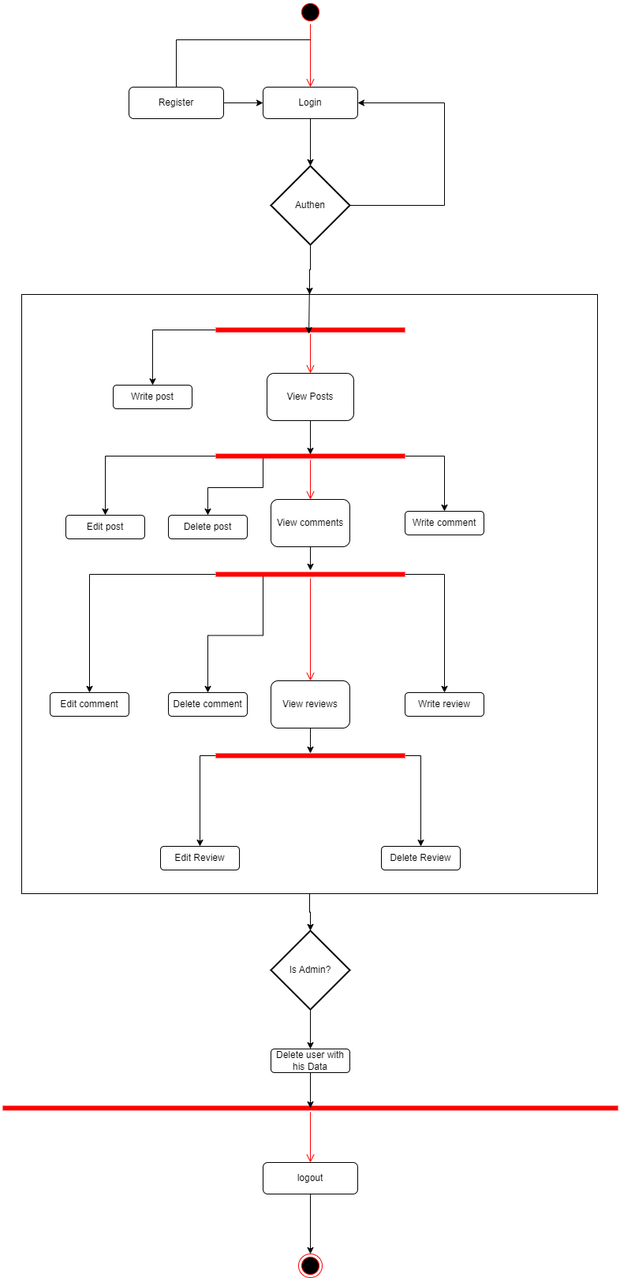
The draw.io diagram Activity Diagram.drawio.png in HebaAli48/Node.jsSocialMediaProject, before a commit. Source tidied: cells renumbered, new cells last; positions are measured from the earlier drawing's top-left corner, leaving out a move shared by most shapes.
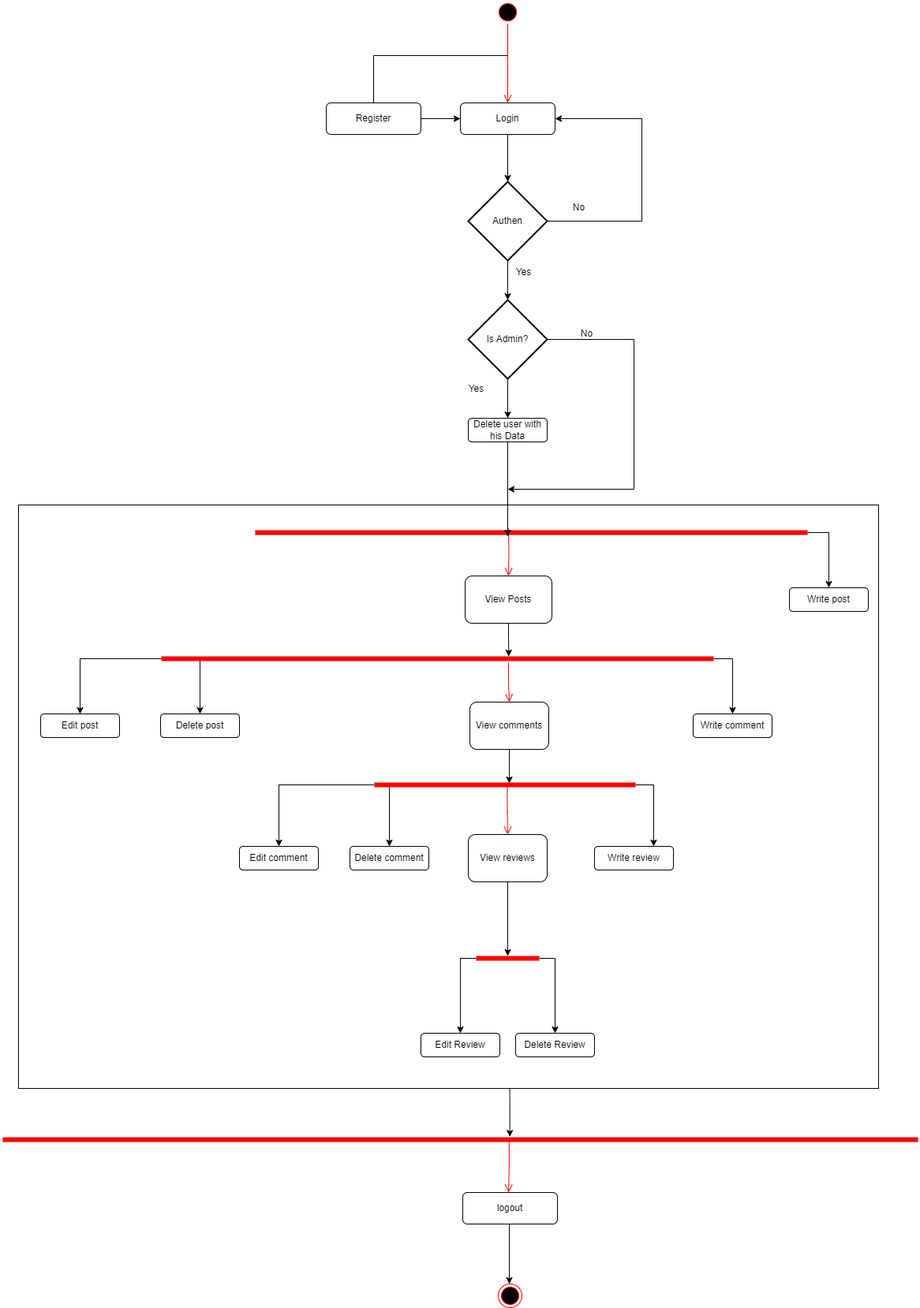
The same file after the commit.

What changed in the source:
```diff
@@ -2,14 +2,11 @@
   <root>
     <mxCell id="0" />
     <mxCell id="1" parent="0" />
-    <mxCell id="2" style="edgeStyle=orthogonalEdgeStyle;rounded=0;jettySize=auto;html=1;exitX=0.5;exitY=1;exitDx=0;exitDy=0;" parent="1" edge="1" source="3" target="47">
-      <mxGeometry relative="1" as="geometry" />
-    </mxCell>
-    <mxCell id="3" style="rounded=0;whiteSpace=wrap;html=1;fillColor=none;" parent="1" vertex="1">
-      <mxGeometry x="24" y="373" width="730" height="760" as="geometry" />
-    </mxCell>
+    <mxCell id="55" style="rounded=0;whiteSpace=wrap;html=1;" parent="1" vertex="1">
+      <mxGeometry x="-230" y="620" width="1090" height="740" as="geometry" />
+    </mxCell>
     <mxCell id="4" style="ellipse;html=1;shape=startState;fillColor=#000000;strokeColor=#ff0000;" parent="1" vertex="1">
-      <mxGeometry x="375" width="30" height="30" as="geometry" />
+      <mxGeometry x="375" y="-20" width="30" height="30" as="geometry" />
     </mxCell>
     <mxCell id="5" style="edgeStyle=orthogonalEdgeStyle;html=1;verticalAlign=bottom;endArrow=open;endSize=8;strokeColor=#ff0000;rounded=0;entryX=0.5;entryY=0;entryDx=0;entryDy=0;" parent="1" edge="1" source="4" target="6">
       <mxGeometry relative="1" as="geometry" />
@@ -31,9 +28,6 @@
         </Array>
       </mxGeometry>
     </mxCell>
-    <mxCell id="10" style="edgeStyle=orthogonalEdgeStyle;rounded=0;jettySize=auto;html=1;exitX=0.5;exitY=1;exitDx=0;exitDy=0;exitPerimeter=0;entryX=0.5;entryY=0;entryDx=0;entryDy=0;" parent="1" edge="1" source="11" target="3">
-      <mxGeometry relative="1" as="geometry" />
-    </mxCell>
     <mxCell id="11" value="Authen" style="strokeWidth=2;html=1;shape=mxgraph.flowchart.decision;whiteSpace=wrap;" parent="1" vertex="1">
       <mxGeometry x="340" y="210" width="100" height="100" as="geometry" />
     </mxCell>
@@ -48,56 +42,56 @@
     <mxCell id="13" style="edgeStyle=orthogonalEdgeStyle;rounded=0;jettySize=auto;html=1;entryX=0.5;entryY=0;entryDx=0;entryDy=0;entryPerimeter=0;" parent="1" edge="1" source="6" target="11">
       <mxGeometry relative="1" as="geometry" />
     </mxCell>
-    <mxCell id="14" value="Write post" style="rounded=1;whiteSpace=wrap;html=1;" parent="1" vertex="1">
-      <mxGeometry x="140" y="488" width="100" height="30" as="geometry" />
-    </mxCell>
     <mxCell id="15" value="View Posts" style="rounded=1;whiteSpace=wrap;html=1;" parent="1" vertex="1">
-      <mxGeometry x="335" y="473" width="110" height="60" as="geometry" />
+      <mxGeometry x="336" y="710" width="110" height="60" as="geometry" />
     </mxCell>
-    <mxCell id="16" style="edgeStyle=orthogonalEdgeStyle;rounded=0;jettySize=auto;html=1;exitX=0.5;exitY=1;exitDx=0;exitDy=0;" parent="1" edge="1" source="17" target="39">
-      <mxGeometry relative="1" as="geometry" />
-    </mxCell>
     <mxCell id="17" value="View comments" style="rounded=1;whiteSpace=wrap;html=1;" parent="1" vertex="1">
-      <mxGeometry x="340" y="633" width="100" height="60" as="geometry" />
+      <mxGeometry x="342" y="870" width="100" height="60" as="geometry" />
     </mxCell>
     <mxCell id="18" value="Edit post" style="rounded=1;whiteSpace=wrap;html=1;" parent="1" vertex="1">
-      <mxGeometry x="80" y="653" width="100" height="30" as="geometry" />
+      <mxGeometry x="-202" y="885" width="100" height="30" as="geometry" />
     </mxCell>
     <mxCell id="19" value="Delete post" style="rounded=1;whiteSpace=wrap;html=1;" parent="1" vertex="1">
-      <mxGeometry x="210" y="653" width="100" height="30" as="geometry" />
+      <mxGeometry x="-50" y="885" width="100" height="30" as="geometry" />
     </mxCell>
     <mxCell id="20" value="Edit comment" style="rounded=1;whiteSpace=wrap;html=1;" parent="1" vertex="1">
-      <mxGeometry x="60" y="878" width="100" height="30" as="geometry" />
+      <mxGeometry x="50" y="1053" width="100" height="30" as="geometry" />
     </mxCell>
     <mxCell id="21" value="Delete comment" style="rounded=1;whiteSpace=wrap;html=1;" parent="1" vertex="1">
-      <mxGeometry x="210" y="878" width="100" height="30" as="geometry" />
+      <mxGeometry x="190" y="1053" width="100" height="30" as="geometry" />
     </mxCell>
-    <mxCell id="22" style="edgeStyle=orthogonalEdgeStyle;rounded=0;jettySize=auto;html=1;exitX=0;exitY=0.5;exitDx=0;exitDy=0;exitPerimeter=0;entryX=0.5;entryY=0;entryDx=0;entryDy=0;" parent="1" edge="1" source="23" target="14">
+    <mxCell id="22" style="edgeStyle=orthogonalEdgeStyle;rounded=0;jettySize=auto;html=1;exitX=1;exitY=0.5;exitDx=0;exitDy=0;exitPerimeter=0;entryX=0.5;entryY=0;entryDx=0;entryDy=0;" parent="1" edge="1" source="23" target="14">
       <mxGeometry relative="1" as="geometry" />
     </mxCell>
     <mxCell id="23" style="shape=line;html=1;strokeWidth=6;strokeColor=#ff0000;" parent="1" vertex="1">
-      <mxGeometry x="270" y="413" width="240" height="10" as="geometry" />
+      <mxGeometry x="70" y="650" width="700" height="10" as="geometry" />
     </mxCell>
-    <mxCell id="24" style="edgeStyle=orthogonalEdgeStyle;html=1;verticalAlign=bottom;endArrow=open;endSize=8;strokeColor=#ff0000;rounded=0;entryX=0.5;entryY=0;entryDx=0;entryDy=0;" parent="1" edge="1" source="23" target="15">
-      <mxGeometry relative="1" as="geometry" />
+    <mxCell id="24" style="edgeStyle=orthogonalEdgeStyle;html=1;verticalAlign=bottom;endArrow=open;endSize=8;strokeColor=#ff0000;rounded=0;entryX=0.5;entryY=0;entryDx=0;entryDy=0;" parent="1" edge="1" target="15">
+      <mxGeometry relative="1" as="geometry">
+        <mxPoint x="391" y="650" as="sourcePoint" />
+      </mxGeometry>
     </mxCell>
     <mxCell id="25" value="View reviews" style="rounded=1;whiteSpace=wrap;html=1;" parent="1" vertex="1">
-      <mxGeometry x="340" y="863" width="100" height="60" as="geometry" />
+      <mxGeometry x="340" y="1038" width="100" height="60" as="geometry" />
     </mxCell>
     <mxCell id="26" value="Write comment" style="rounded=1;whiteSpace=wrap;html=1;" parent="1" vertex="1">
-      <mxGeometry x="510" y="648" width="100" height="30" as="geometry" />
+      <mxGeometry x="625" y="885" width="100" height="30" as="geometry" />
     </mxCell>
     <mxCell id="27" value="Edit Review" style="rounded=1;whiteSpace=wrap;html=1;" parent="1" vertex="1">
-      <mxGeometry x="200" y="1073" width="100" height="30" as="geometry" />
+      <mxGeometry x="280" y="1290" width="100" height="30" as="geometry" />
     </mxCell>
     <mxCell id="28" value="Delete Review" style="rounded=1;whiteSpace=wrap;html=1;" parent="1" vertex="1">
-      <mxGeometry x="480" y="1073" width="100" height="30" as="geometry" />
+      <mxGeometry x="400" y="1290" width="100" height="30" as="geometry" />
     </mxCell>
     <mxCell id="29" value="Write review" style="rounded=1;whiteSpace=wrap;html=1;" parent="1" vertex="1">
-      <mxGeometry x="510" y="878" width="100" height="30" as="geometry" />
+      <mxGeometry x="500" y="1053" width="100" height="30" as="geometry" />
     </mxCell>
     <mxCell id="30" style="edgeStyle=orthogonalEdgeStyle;rounded=0;jettySize=auto;html=1;exitX=0.25;exitY=0.5;exitDx=0;exitDy=0;exitPerimeter=0;entryX=0.5;entryY=0;entryDx=0;entryDy=0;" parent="1" edge="1" source="33" target="19">
-      <mxGeometry relative="1" as="geometry" />
+      <mxGeometry relative="1" as="geometry">
+        <Array as="points">
+          <mxPoint y="815" />
+        </Array>
+      </mxGeometry>
     </mxCell>
     <mxCell id="31" style="edgeStyle=orthogonalEdgeStyle;rounded=0;jettySize=auto;html=1;exitX=0;exitY=0.5;exitDx=0;exitDy=0;exitPerimeter=0;entryX=0.5;entryY=0;entryDx=0;entryDy=0;" parent="1" edge="1" source="33" target="18">
       <mxGeometry relative="1" as="geometry" />
@@ -106,29 +100,32 @@
       <mxGeometry relative="1" as="geometry" />
     </mxCell>
     <mxCell id="33" style="shape=line;html=1;strokeWidth=6;strokeColor=#ff0000;" parent="1" vertex="1">
-      <mxGeometry x="270" y="573" width="240" height="10" as="geometry" />
+      <mxGeometry x="-49" y="810" width="700" height="10" as="geometry" />
     </mxCell>
     <mxCell id="34" style="edgeStyle=orthogonalEdgeStyle;html=1;verticalAlign=bottom;endArrow=open;endSize=8;strokeColor=#ff0000;rounded=0;entryX=0.5;entryY=0;entryDx=0;entryDy=0;" parent="1" edge="1" source="33" target="17">
-      <mxGeometry relative="1" as="geometry" />
+      <mxGeometry relative="1" as="geometry">
+        <Array as="points">
+          <mxPoint x="391" y="845" />
+          <mxPoint x="391" y="845" />
+        </Array>
+      </mxGeometry>
     </mxCell>
-    <mxCell id="35" style="edgeStyle=orthogonalEdgeStyle;rounded=0;jettySize=auto;html=1;exitX=0.5;exitY=1;exitDx=0;exitDy=0;entryX=0.5;entryY=0.3;entryDx=0;entryDy=0;entryPerimeter=0;" parent="1" edge="1" source="15" target="33">
-      <mxGeometry relative="1" as="geometry" />
-    </mxCell>
     <mxCell id="36" style="edgeStyle=orthogonalEdgeStyle;rounded=0;jettySize=auto;html=1;exitX=0.25;exitY=0.5;exitDx=0;exitDy=0;exitPerimeter=0;" parent="1" edge="1" source="39" target="21">
-      <mxGeometry relative="1" as="geometry" />
+      <mxGeometry relative="1" as="geometry">
+        <Array as="points">
+          <mxPoint x="240" y="975" />
+        </Array>
+      </mxGeometry>
     </mxCell>
     <mxCell id="37" style="edgeStyle=orthogonalEdgeStyle;rounded=0;jettySize=auto;html=1;exitX=0;exitY=0.5;exitDx=0;exitDy=0;exitPerimeter=0;entryX=0.5;entryY=0;entryDx=0;entryDy=0;" parent="1" edge="1" source="39" target="20">
       <mxGeometry relative="1" as="geometry" />
     </mxCell>
-    <mxCell id="38" style="edgeStyle=orthogonalEdgeStyle;rounded=0;jettySize=auto;html=1;exitX=1;exitY=0.5;exitDx=0;exitDy=0;exitPerimeter=0;entryX=0.5;entryY=0;entryDx=0;entryDy=0;" parent="1" edge="1" source="39" target="29">
+    <mxCell id="38" style="edgeStyle=orthogonalEdgeStyle;rounded=0;jettySize=auto;html=1;exitX=1;exitY=0.5;exitDx=0;exitDy=0;exitPerimeter=0;entryX=0.75;entryY=0;entryDx=0;entryDy=0;" parent="1" edge="1" source="39" target="29">
       <mxGeometry relative="1" as="geometry" />
     </mxCell>
     <mxCell id="39" style="shape=line;html=1;strokeWidth=6;strokeColor=#ff0000;" parent="1" vertex="1">
-      <mxGeometry x="270" y="723" width="240" height="10" as="geometry" />
+      <mxGeometry x="221" y="970" width="331" height="10" as="geometry" />
     </mxCell>
-    <mxCell id="40" style="edgeStyle=orthogonalEdgeStyle;html=1;verticalAlign=bottom;endArrow=open;endSize=8;strokeColor=#ff0000;rounded=0;entryX=0.5;entryY=0;entryDx=0;entryDy=0;" parent="1" edge="1" source="39" target="25">
-      <mxGeometry relative="1" as="geometry" />
-    </mxCell>
     <mxCell id="41" style="edgeStyle=orthogonalEdgeStyle;rounded=0;jettySize=auto;html=1;exitX=1;exitY=0.5;exitDx=0;exitDy=0;exitPerimeter=0;" parent="1" edge="1" source="43" target="28">
       <mxGeometry relative="1" as="geometry" />
     </mxCell>
@@ -136,40 +133,91 @@
       <mxGeometry relative="1" as="geometry" />
     </mxCell>
     <mxCell id="43" style="shape=line;html=1;strokeWidth=6;strokeColor=#ff0000;" parent="1" vertex="1">
-      <mxGeometry x="270" y="953" width="240" height="10" as="geometry" />
+      <mxGeometry x="350" y="1190" width="80" height="10" as="geometry" />
     </mxCell>
     <mxCell id="44" style="edgeStyle=orthogonalEdgeStyle;rounded=0;jettySize=auto;html=1;exitX=0.5;exitY=1;exitDx=0;exitDy=0;entryX=0.5;entryY=0.2;entryDx=0;entryDy=0;entryPerimeter=0;" parent="1" edge="1" source="25" target="43">
       <mxGeometry relative="1" as="geometry" />
     </mxCell>
-    <mxCell id="45" style="edgeStyle=orthogonalEdgeStyle;rounded=0;jettySize=auto;html=1;exitX=0.5;exitY=0;exitDx=0;exitDy=0;entryX=0.492;entryY=1;entryDx=0;entryDy=0;entryPerimeter=0;" parent="1" edge="1" source="3" target="23">
-      <mxGeometry relative="1" as="geometry" />
-    </mxCell>
-    <mxCell id="46" style="edgeStyle=orthogonalEdgeStyle;rounded=0;jettySize=auto;html=1;exitX=0.5;exitY=1;exitDx=0;exitDy=0;exitPerimeter=0;entryX=0.5;entryY=0;entryDx=0;entryDy=0;" parent="1" edge="1" source="47" target="48">
-      <mxGeometry relative="1" as="geometry" />
-    </mxCell>
-    <mxCell id="47" value="Is Admin?" style="strokeWidth=2;html=1;shape=mxgraph.flowchart.decision;whiteSpace=wrap;" parent="1" vertex="1">
-      <mxGeometry x="340" y="1180" width="100" height="100" as="geometry" />
-    </mxCell>
-    <mxCell id="48" value="Delete user with his Data" style="rounded=1;whiteSpace=wrap;html=1;" parent="1" vertex="1">
-      <mxGeometry x="340" y="1330" width="100" height="30" as="geometry" />
-    </mxCell>
-    <mxCell id="49" style="shape=line;html=1;strokeWidth=6;strokeColor=#ff0000;" parent="1" vertex="1">
-      <mxGeometry y="1400" width="780" height="10" as="geometry" />
-    </mxCell>
-    <mxCell id="50" style="edgeStyle=orthogonalEdgeStyle;html=1;verticalAlign=bottom;endArrow=open;endSize=8;strokeColor=#ff0000;rounded=0;" parent="1" edge="1" source="49" target="53">
-      <mxGeometry relative="1" as="geometry" />
-    </mxCell>
-    <mxCell id="51" style="edgeStyle=orthogonalEdgeStyle;rounded=0;jettySize=auto;html=1;exitX=0.5;exitY=1;exitDx=0;exitDy=0;entryX=0.5;entryY=0.506;entryDx=0;entryDy=0;entryPerimeter=0;" parent="1" edge="1" source="48" target="49">
-      <mxGeometry relative="1" as="geometry" />
-    </mxCell>
-    <mxCell id="52" style="edgeStyle=orthogonalEdgeStyle;rounded=0;jettySize=auto;html=1;exitX=0.5;exitY=1;exitDx=0;exitDy=0;entryX=0.5;entryY=0;entryDx=0;entryDy=0;" parent="1" edge="1" source="53" target="54">
-      <mxGeometry relative="1" as="geometry" />
+    <mxCell id="52" style="edgeStyle=orthogonalEdgeStyle;rounded=0;orthogonalLoop=1;jettySize=auto;html=1;exitX=0.5;exitY=1;exitDx=0;exitDy=0;entryX=0.5;entryY=0;entryDx=0;entryDy=0;" parent="1" edge="1">
+      <mxGeometry relative="1" as="geometry">
+        <mxPoint x="392" y="1532" as="sourcePoint" />
+        <mxPoint x="392" y="1608" as="targetPoint" />
+      </mxGeometry>
     </mxCell>
     <mxCell id="53" value="logout" style="rounded=1;whiteSpace=wrap;html=1;" parent="1" vertex="1">
-      <mxGeometry x="330" y="1474" width="120" height="40" as="geometry" />
+      <mxGeometry x="333" y="1492" width="120" height="40" as="geometry" />
     </mxCell>
     <mxCell id="54" style="ellipse;html=1;shape=endState;fillColor=#000000;strokeColor=#ff0000;" parent="1" vertex="1">
-      <mxGeometry x="375" y="1590" width="30" height="30" as="geometry" />
+      <mxGeometry x="378" y="1608" width="30" height="30" as="geometry" />
     </mxCell>
+    <mxCell id="46" style="edgeStyle=orthogonalEdgeStyle;rounded=0;jettySize=auto;html=1;exitX=0.5;exitY=1;exitDx=0;exitDy=0;exitPerimeter=0;entryX=0.5;entryY=0;entryDx=0;entryDy=0;" parent="1" edge="1" source="47" target="48">
+      <mxGeometry relative="1" as="geometry" />
+    </mxCell>
+    <mxCell id="47" value="Is Admin?" style="strokeWidth=2;html=1;shape=mxgraph.flowchart.decision;whiteSpace=wrap;" parent="1" vertex="1">
+      <mxGeometry x="340" y="360" width="100" height="100" as="geometry" />
+    </mxCell>
+    <mxCell id="56" style="edgeStyle=orthogonalEdgeStyle;rounded=0;jettySize=auto;html=1;exitX=0.5;exitY=1;exitDx=0;exitDy=0;" parent="1" edge="1" source="48">
+      <mxGeometry relative="1" as="geometry">
+        <mxPoint x="390" y="660" as="targetPoint" />
+      </mxGeometry>
+    </mxCell>
+    <mxCell id="48" value="Delete user with his Data" style="rounded=1;whiteSpace=wrap;html=1;" parent="1" vertex="1">
+      <mxGeometry x="340" y="510" width="100" height="30" as="geometry" />
+    </mxCell>
+    <mxCell id="57" style="endArrow=classic;html=1;rounded=0;exitX=1;exitY=0.5;exitDx=0;exitDy=0;exitPerimeter=0;" parent="1" edge="1" source="47">
+      <mxGeometry relative="1" as="geometry">
+        <mxPoint x="390" y="600" as="targetPoint" />
+        <Array as="points">
+          <mxPoint x="550" y="410" />
+          <mxPoint x="550" y="600" />
+        </Array>
+      </mxGeometry>
+    </mxCell>
+    <mxCell id="58" style="edgeStyle=orthogonalEdgeStyle;rounded=0;jettySize=auto;html=1;exitX=0.5;exitY=1;exitDx=0;exitDy=0;exitPerimeter=0;entryX=0.5;entryY=0;entryDx=0;entryDy=0;entryPerimeter=0;" parent="1" edge="1" source="11" target="47">
+      <mxGeometry relative="1" as="geometry" />
+    </mxCell>
+    <mxCell id="59" value="Yes" style="text;html=1;align=center;verticalAlign=middle;strokeColor=none;fillColor=none;" parent="1" vertex="1">
+      <mxGeometry x="330" y="458" width="40" height="30" as="geometry" />
+    </mxCell>
+    <mxCell id="60" value="No" style="text;html=1;align=center;verticalAlign=middle;strokeColor=none;fillColor=none;" parent="1" vertex="1">
+      <mxGeometry x="470" y="388" width="40" height="30" as="geometry" />
+    </mxCell>
+    <mxCell id="61" value="No" style="text;html=1;align=center;verticalAlign=middle;strokeColor=none;fillColor=none;" parent="1" vertex="1">
+      <mxGeometry x="460" y="228" width="40" height="30" as="geometry" />
+    </mxCell>
+    <mxCell id="62" value="Yes" style="text;html=1;align=center;verticalAlign=middle;strokeColor=none;fillColor=none;" parent="1" vertex="1">
+      <mxGeometry x="390" y="310" width="40" height="30" as="geometry" />
+    </mxCell>
+    <mxCell id="63" style="shape=line;html=1;strokeWidth=6;strokeColor=#ff0000;" parent="1" vertex="1">
+      <mxGeometry x="-250" y="1420" width="1160" height="10" as="geometry" />
+    </mxCell>
+    <mxCell id="64" style="edgeStyle=orthogonalEdgeStyle;html=1;verticalAlign=bottom;endArrow=open;endSize=8;strokeColor=#ff0000;rounded=0;entryX=0.5;entryY=0;entryDx=0;entryDy=0;exitX=0.555;exitY=0.6;exitDx=0;exitDy=0;exitPerimeter=0;" parent="1" edge="1">
+      <mxGeometry relative="1" as="geometry">
+        <mxPoint x="391.8" y="1426" as="sourcePoint" />
+        <mxPoint x="391" y="1492" as="targetPoint" />
+        <Array as="points">
+          <mxPoint x="392" y="1460" />
+        </Array>
+      </mxGeometry>
+    </mxCell>
+    <mxCell id="40" style="edgeStyle=orthogonalEdgeStyle;html=1;verticalAlign=bottom;endArrow=open;endSize=8;strokeColor=#ff0000;rounded=0;exitX=0.509;exitY=0.7;exitDx=0;exitDy=0;exitPerimeter=0;" parent="1" edge="1" source="39" target="25">
+      <mxGeometry relative="1" as="geometry" />
+    </mxCell>
+    <mxCell id="16" style="edgeStyle=orthogonalEdgeStyle;rounded=0;jettySize=auto;html=1;exitX=0.5;exitY=1;exitDx=0;exitDy=0;entryX=0.517;entryY=0.3;entryDx=0;entryDy=0;entryPerimeter=0;" parent="1" edge="1" source="17" target="39">
+      <mxGeometry relative="1" as="geometry" />
+    </mxCell>
+    <mxCell id="14" value="Write post" style="rounded=1;whiteSpace=wrap;html=1;" parent="1" vertex="1">
+      <mxGeometry x="747" y="725" width="100" height="30" as="geometry" />
+    </mxCell>
+    <mxCell id="35" style="edgeStyle=orthogonalEdgeStyle;rounded=0;jettySize=auto;html=1;exitX=0.5;exitY=1;exitDx=0;exitDy=0;entryX=0.629;entryY=0.2;entryDx=0;entryDy=0;entryPerimeter=0;" parent="1" edge="1" source="15" target="33">
+      <mxGeometry relative="1" as="geometry" />
+    </mxCell>
+    <mxCell id="65" style="edgeStyle=orthogonalEdgeStyle;rounded=0;jettySize=auto;html=1;exitX=0.5;exitY=1;exitDx=0;exitDy=0;entryX=0.554;entryY=0.129;entryDx=0;entryDy=0;entryPerimeter=0;" parent="1" edge="1" source="55" target="63">
+      <mxGeometry relative="1" as="geometry">
+        <Array as="points">
+          <mxPoint x="393" y="1360" />
+        </Array>
+      </mxGeometry>
+    </mxCell>
   </root>
 </mxGraphModel>
```
